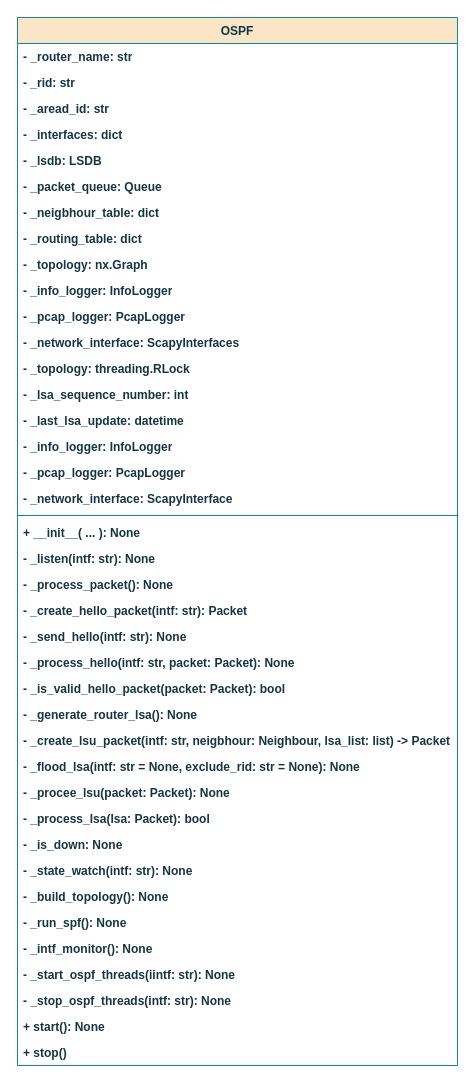
Earlier version of the draw.io diagram page "ospf_osztalydiagram" (3 of 12) of documentation/abrak.drawio (x3gan/thesis). Source tidied: cells renumbered, new cells numbered last; positions are measured from the earlier drawing's top-left corner, leaving out a move shared by most shapes. Both pictures are drawn from the tidied source at 100%, with x=0, y=0 at pixel (17, 17).
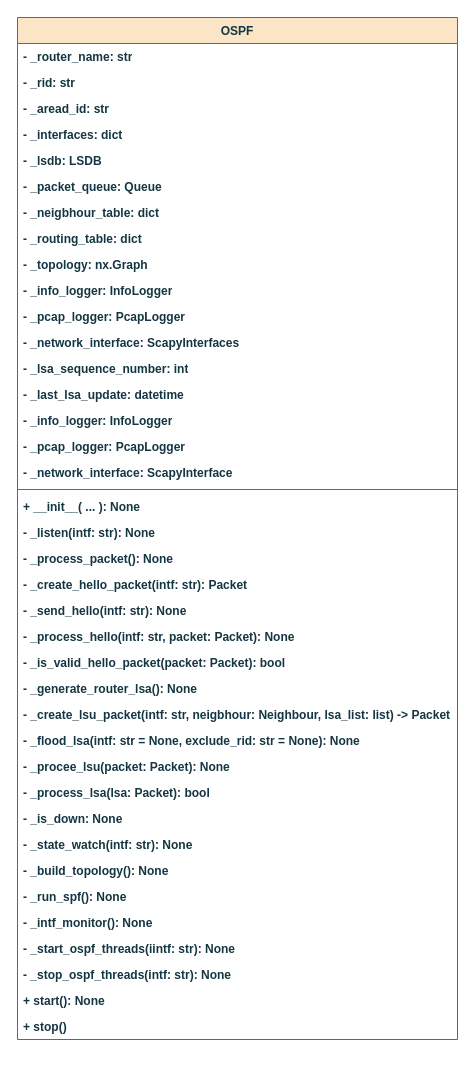
After the change.

Change to the diagram source:
```diff
@@
     <mxCell id="2" value="OSPF" style="swimlane;fontStyle=1;align=center;verticalAlign=top;horizontal=1;startSize=26;whiteSpace=wrap;html=1;strokeColor=#0F8B8D;fontFamily=Helvetica;fontSize=12;fontColor=#143642;labelBackgroundColor=none;fillColor=#FAE5C7;" parent="1" vertex="1">
-      <mxGeometry width="440" height="1048" as="geometry" />
+      <mxGeometry width="440" height="1022" as="geometry" />
     </mxCell>
@@
-    <mxCell id="15" value="- _topology: threading.RLock" style="text;strokeColor=none;fillColor=none;align=left;verticalAlign=top;spacingLeft=4;spacingRight=4;overflow=hidden;whiteSpace=wrap;html=1;fontFamily=Helvetica;fontSize=12;fontColor=#143642;fontStyle=1;labelBackgroundColor=none;horizontal=1;" parent="2" vertex="1">
-      <mxGeometry y="338" width="440" height="26" as="geometry" />
-    </mxCell>
     <mxCell id="16" value="- _lsa_sequence_number: int" style="text;strokeColor=none;fillColor=none;align=left;verticalAlign=top;spacingLeft=4;spacingRight=4;overflow=hidden;whiteSpace=wrap;html=1;fontFamily=Helvetica;fontSize=12;fontColor=#143642;fontStyle=1;labelBackgroundColor=none;horizontal=1;" parent="2" vertex="1">
-      <mxGeometry y="364" width="440" height="26" as="geometry" />
+      <mxGeometry y="338" width="440" height="26" as="geometry" />
     </mxCell>
     <mxCell id="17" value="- _last_lsa_update: datetime" style="text;strokeColor=none;fillColor=none;align=left;verticalAlign=top;spacingLeft=4;spacingRight=4;overflow=hidden;whiteSpace=wrap;html=1;fontFamily=Helvetica;fontSize=12;fontColor=#143642;fontStyle=1;labelBackgroundColor=none;horizontal=1;" parent="2" vertex="1">
-      <mxGeometry y="390" width="440" height="26" as="geometry" />
+      <mxGeometry y="364" width="440" height="26" as="geometry" />
     </mxCell>
     <mxCell id="18" value="- _info_logger: InfoLogger" style="text;strokeColor=none;fillColor=none;align=left;verticalAlign=top;spacingLeft=4;spacingRight=4;overflow=hidden;whiteSpace=wrap;html=1;fontFamily=Helvetica;fontSize=12;fontColor=#143642;fontStyle=1;labelBackgroundColor=none;horizontal=1;" parent="2" vertex="1">
-      <mxGeometry y="416" width="440" height="26" as="geometry" />
+      <mxGeometry y="390" width="440" height="26" as="geometry" />
     </mxCell>
     <mxCell id="19" value="- _pcap_logger: PcapLogger" style="text;strokeColor=none;fillColor=none;align=left;verticalAlign=top;spacingLeft=4;spacingRight=4;overflow=hidden;whiteSpace=wrap;html=1;fontFamily=Helvetica;fontSize=12;fontColor=#143642;fontStyle=1;labelBackgroundColor=none;horizontal=1;" parent="2" vertex="1">
-      <mxGeometry y="442" width="440" height="26" as="geometry" />
+      <mxGeometry y="416" width="440" height="26" as="geometry" />
     </mxCell>
     <mxCell id="20" value="- _network_interface: ScapyInterface" style="text;strokeColor=none;fillColor=none;align=left;verticalAlign=top;spacingLeft=4;spacingRight=4;overflow=hidden;whiteSpace=wrap;html=1;fontFamily=Helvetica;fontSize=12;fontColor=#143642;fontStyle=1;labelBackgroundColor=none;horizontal=1;" parent="2" vertex="1">
-      <mxGeometry y="468" width="440" height="26" as="geometry" />
+      <mxGeometry y="442" width="440" height="26" as="geometry" />
     </mxCell>
     <mxCell id="21" style="line;strokeWidth=1;fillColor=#FAE5C7;align=center;verticalAlign=top;spacingTop=-1;spacingLeft=3;spacingRight=3;labelPosition=right;strokeColor=#0F8B8D;fontFamily=Helvetica;fontSize=12;fontColor=#143642;fontStyle=1;labelBackgroundColor=none;horizontal=1;" parent="2" vertex="1">
-      <mxGeometry y="494" width="440" height="8" as="geometry" />
+      <mxGeometry y="468" width="440" height="8" as="geometry" />
     </mxCell>
     <mxCell id="22" value="+ __init__( ... ): None" style="text;strokeColor=none;fillColor=none;align=left;verticalAlign=top;spacingLeft=4;spacingRight=4;overflow=hidden;whiteSpace=wrap;html=1;fontFamily=Helvetica;fontSize=12;fontColor=#143642;fontStyle=1;labelBackgroundColor=none;horizontal=1;" parent="2" vertex="1">
-      <mxGeometry y="502" width="440" height="26" as="geometry" />
+      <mxGeometry y="476" width="440" height="26" as="geometry" />
     </mxCell>
     <mxCell id="23" value="- _listen(intf: str): None" style="text;strokeColor=none;fillColor=none;align=left;verticalAlign=top;spacingLeft=4;spacingRight=4;overflow=hidden;whiteSpace=wrap;html=1;fontFamily=Helvetica;fontSize=12;fontColor=#143642;fontStyle=1;labelBackgroundColor=none;horizontal=1;" parent="2" vertex="1">
-      <mxGeometry y="528" width="440" height="26" as="geometry" />
+      <mxGeometry y="502" width="440" height="26" as="geometry" />
     </mxCell>
     <mxCell id="24" value="- _process_packet(): None" style="text;strokeColor=none;fillColor=none;align=left;verticalAlign=top;spacingLeft=4;spacingRight=4;overflow=hidden;whiteSpace=wrap;html=1;fontFamily=Helvetica;fontSize=12;fontColor=#143642;fontStyle=1;labelBackgroundColor=none;horizontal=1;" parent="2" vertex="1">
-      <mxGeometry y="554" width="440" height="26" as="geometry" />
+      <mxGeometry y="528" width="440" height="26" as="geometry" />
     </mxCell>
     <mxCell id="25" value="- _create_hello_packet(intf: str): Packet" style="text;strokeColor=none;fillColor=none;align=left;verticalAlign=top;spacingLeft=4;spacingRight=4;overflow=hidden;whiteSpace=wrap;html=1;fontFamily=Helvetica;fontSize=12;fontColor=#143642;fontStyle=1;labelBackgroundColor=none;horizontal=1;" parent="2" vertex="1">
-      <mxGeometry y="580" width="440" height="26" as="geometry" />
+      <mxGeometry y="554" width="440" height="26" as="geometry" />
     </mxCell>
     <mxCell id="26" value="- _send_hello(intf: str): None" style="text;strokeColor=none;fillColor=none;align=left;verticalAlign=top;spacingLeft=4;spacingRight=4;overflow=hidden;whiteSpace=wrap;html=1;fontFamily=Helvetica;fontSize=12;fontColor=#143642;fontStyle=1;labelBackgroundColor=none;horizontal=1;" parent="2" vertex="1">
-      <mxGeometry y="606" width="440" height="26" as="geometry" />
+      <mxGeometry y="580" width="440" height="26" as="geometry" />
     </mxCell>
     <mxCell id="27" value="- _process_hello(intf: str, packet: Packet): None" style="text;strokeColor=none;fillColor=none;align=left;verticalAlign=top;spacingLeft=4;spacingRight=4;overflow=hidden;whiteSpace=wrap;html=1;fontFamily=Helvetica;fontSize=12;fontColor=#143642;fontStyle=1;labelBackgroundColor=none;horizontal=1;" parent="2" vertex="1">
-      <mxGeometry y="632" width="440" height="26" as="geometry" />
+      <mxGeometry y="606" width="440" height="26" as="geometry" />
     </mxCell>
     <mxCell id="28" value="- _is_valid_hello_packet(packet: Packet): bool" style="text;strokeColor=none;fillColor=none;align=left;verticalAlign=top;spacingLeft=4;spacingRight=4;overflow=hidden;whiteSpace=wrap;html=1;fontFamily=Helvetica;fontSize=12;fontColor=#143642;fontStyle=1;labelBackgroundColor=none;horizontal=1;" parent="2" vertex="1">
-      <mxGeometry y="658" width="440" height="26" as="geometry" />
+      <mxGeometry y="632" width="440" height="26" as="geometry" />
     </mxCell>
     <mxCell id="29" value="- _generate_router_lsa(): None" style="text;strokeColor=none;fillColor=none;align=left;verticalAlign=top;spacingLeft=4;spacingRight=4;overflow=hidden;whiteSpace=wrap;html=1;fontFamily=Helvetica;fontSize=12;fontColor=#143642;fontStyle=1;labelBackgroundColor=none;horizontal=1;" parent="2" vertex="1">
-      <mxGeometry y="684" width="440" height="26" as="geometry" />
+      <mxGeometry y="658" width="440" height="26" as="geometry" />
     </mxCell>
     <mxCell id="30" value="- _create_lsu_packet(intf: str, neigbhour: Neighbour, lsa_list: list) -&amp;gt; Packet" style="text;strokeColor=none;fillColor=none;align=left;verticalAlign=top;spacingLeft=4;spacingRight=4;overflow=hidden;whiteSpace=wrap;html=1;fontFamily=Helvetica;fontSize=12;fontColor=#143642;fontStyle=1;labelBackgroundColor=none;horizontal=1;" parent="2" vertex="1">
-      <mxGeometry y="710" width="440" height="26" as="geometry" />
+      <mxGeometry y="684" width="440" height="26" as="geometry" />
     </mxCell>
     <mxCell id="31" value="- _flood_lsa(intf: str = None, exclude_rid: str = None): None" style="text;strokeColor=none;fillColor=none;align=left;verticalAlign=top;spacingLeft=4;spacingRight=4;overflow=hidden;whiteSpace=wrap;html=1;fontFamily=Helvetica;fontSize=12;fontColor=#143642;fontStyle=1;labelBackgroundColor=none;horizontal=1;" parent="2" vertex="1">
-      <mxGeometry y="736" width="440" height="26" as="geometry" />
+      <mxGeometry y="710" width="440" height="26" as="geometry" />
     </mxCell>
     <mxCell id="32" value="- _procee_lsu(packet: Packet): None" style="text;strokeColor=none;fillColor=none;align=left;verticalAlign=top;spacingLeft=4;spacingRight=4;overflow=hidden;whiteSpace=wrap;html=1;fontFamily=Helvetica;fontSize=12;fontColor=#143642;fontStyle=1;labelBackgroundColor=none;horizontal=1;" parent="2" vertex="1">
-      <mxGeometry y="762" width="440" height="26" as="geometry" />
+      <mxGeometry y="736" width="440" height="26" as="geometry" />
     </mxCell>
     <mxCell id="33" value="- _process_lsa(lsa: Packet): bool" style="text;strokeColor=none;fillColor=none;align=left;verticalAlign=top;spacingLeft=4;spacingRight=4;overflow=hidden;whiteSpace=wrap;html=1;fontFamily=Helvetica;fontSize=12;fontColor=#143642;fontStyle=1;labelBackgroundColor=none;horizontal=1;" parent="2" vertex="1">
-      <mxGeometry y="788" width="440" height="26" as="geometry" />
+      <mxGeometry y="762" width="440" height="26" as="geometry" />
     </mxCell>
     <mxCell id="34" value="- _is_down: None" style="text;strokeColor=none;fillColor=none;align=left;verticalAlign=top;spacingLeft=4;spacingRight=4;overflow=hidden;whiteSpace=wrap;html=1;fontFamily=Helvetica;fontSize=12;fontColor=#143642;fontStyle=1;labelBackgroundColor=none;horizontal=1;" parent="2" vertex="1">
-      <mxGeometry y="814" width="440" height="26" as="geometry" />
+      <mxGeometry y="788" width="440" height="26" as="geometry" />
     </mxCell>
     <mxCell id="35" value="- _state_watch(intf: str): None" style="text;strokeColor=none;fillColor=none;align=left;verticalAlign=top;spacingLeft=4;spacingRight=4;overflow=hidden;whiteSpace=wrap;html=1;fontFamily=Helvetica;fontSize=12;fontColor=#143642;fontStyle=1;labelBackgroundColor=none;horizontal=1;" parent="2" vertex="1">
-      <mxGeometry y="840" width="440" height="26" as="geometry" />
+      <mxGeometry y="814" width="440" height="26" as="geometry" />
     </mxCell>
     <mxCell id="36" value="- _build_topology(): None" style="text;strokeColor=none;fillColor=none;align=left;verticalAlign=top;spacingLeft=4;spacingRight=4;overflow=hidden;whiteSpace=wrap;html=1;fontFamily=Helvetica;fontSize=12;fontColor=#143642;fontStyle=1;labelBackgroundColor=none;horizontal=1;" parent="2" vertex="1">
-      <mxGeometry y="866" width="440" height="26" as="geometry" />
+      <mxGeometry y="840" width="440" height="26" as="geometry" />
     </mxCell>
     <mxCell id="37" value="- _run_spf(): None" style="text;strokeColor=none;fillColor=none;align=left;verticalAlign=top;spacingLeft=4;spacingRight=4;overflow=hidden;whiteSpace=wrap;html=1;fontFamily=Helvetica;fontSize=12;fontColor=#143642;fontStyle=1;labelBackgroundColor=none;horizontal=1;" parent="2" vertex="1">
-      <mxGeometry y="892" width="440" height="26" as="geometry" />
+      <mxGeometry y="866" width="440" height="26" as="geometry" />
     </mxCell>
     <mxCell id="38" value="- _intf_monitor(): None" style="text;strokeColor=none;fillColor=none;align=left;verticalAlign=top;spacingLeft=4;spacingRight=4;overflow=hidden;whiteSpace=wrap;html=1;fontFamily=Helvetica;fontSize=12;fontColor=#143642;fontStyle=1;labelBackgroundColor=none;horizontal=1;" parent="2" vertex="1">
-      <mxGeometry y="918" width="440" height="26" as="geometry" />
+      <mxGeometry y="892" width="440" height="26" as="geometry" />
     </mxCell>
     <mxCell id="39" value="- _start_ospf_threads(iintf: str): None" style="text;strokeColor=none;fillColor=none;align=left;verticalAlign=top;spacingLeft=4;spacingRight=4;overflow=hidden;whiteSpace=wrap;html=1;fontFamily=Helvetica;fontSize=12;fontColor=#143642;fontStyle=1;labelBackgroundColor=none;horizontal=1;" parent="2" vertex="1">
-      <mxGeometry y="944" width="440" height="26" as="geometry" />
+      <mxGeometry y="918" width="440" height="26" as="geometry" />
     </mxCell>
     <mxCell id="40" value="- _stop_ospf_threads(intf: str): None" style="text;strokeColor=none;fillColor=none;align=left;verticalAlign=top;spacingLeft=4;spacingRight=4;overflow=hidden;whiteSpace=wrap;html=1;fontFamily=Helvetica;fontSize=12;fontColor=#143642;fontStyle=1;labelBackgroundColor=none;horizontal=1;" parent="2" vertex="1">
-      <mxGeometry y="970" width="440" height="26" as="geometry" />
+      <mxGeometry y="944" width="440" height="26" as="geometry" />
     </mxCell>
     <mxCell id="41" value="+ start(): None" style="text;strokeColor=none;fillColor=none;align=left;verticalAlign=top;spacingLeft=4;spacingRight=4;overflow=hidden;whiteSpace=wrap;html=1;fontFamily=Helvetica;fontSize=12;fontColor=#143642;fontStyle=1;labelBackgroundColor=none;horizontal=1;" parent="2" vertex="1">
-      <mxGeometry y="996" width="440" height="26" as="geometry" />
+      <mxGeometry y="970" width="440" height="26" as="geometry" />
     </mxCell>
     <mxCell id="42" value="+ stop()" style="text;strokeColor=none;fillColor=none;align=left;verticalAlign=top;spacingLeft=4;spacingRight=4;overflow=hidden;whiteSpace=wrap;html=1;fontFamily=Helvetica;fontSize=12;fontColor=#143642;fontStyle=1;labelBackgroundColor=none;horizontal=1;" parent="2" vertex="1">
-      <mxGeometry y="1022" width="440" height="26" as="geometry" />
+      <mxGeometry y="996" width="440" height="26" as="geometry" />
     </mxCell>
```
